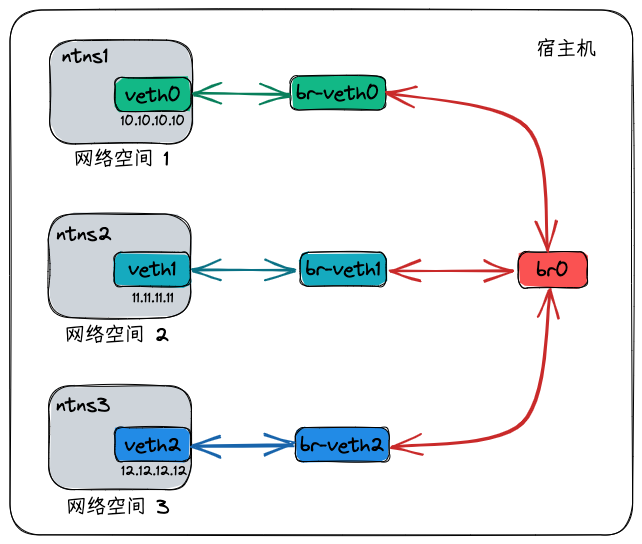
The Excalidraw diagram static/excalidraw/docker/linux_bridge.excalidraw.png in iDukeLu/iDukeLu.github.io, before a commit. Source tidied: one line per element, renumbered; positions are measured from the earlier drawing's top-left corner, leaving out a move shared by most shapes.
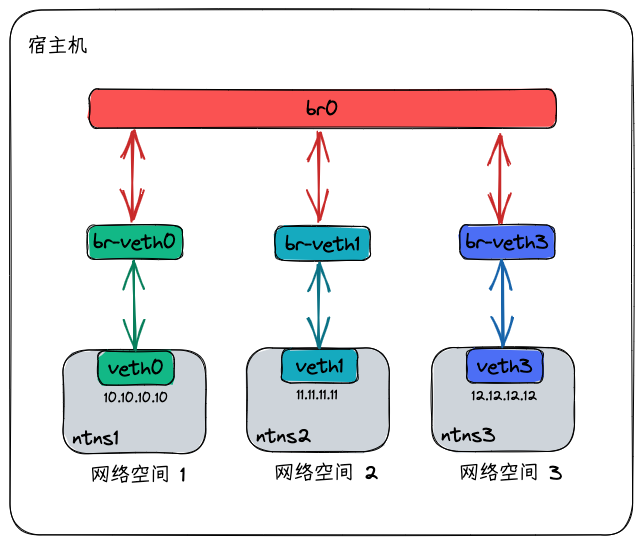
The same diagram one commit later.

The edit, as a diff of the source:
```diff
@@ -1,34 +1,34 @@
-{"id": 0, "type": "rectangle", "strokeColor": "#000000", "backgroundColor": "#ced4da", "fillStyle": "solid", "strokeWidth": 1, "roughness": 1, "round": true, "x": 40, "y": 30, "width": 143, "height": 104}
+{"id": 0, "type": "rectangle", "strokeColor": "#000000", "backgroundColor": "#ced4da", "fillStyle": "solid", "strokeWidth": 1, "roughness": 1, "round": true, "x": 53, "y": 340, "width": 143, "height": 104}
-{"id": 1, "type": "rectangle", "strokeColor": "#000000", "backgroundColor": "#12b886", "fillStyle": "solid", "strokeWidth": 1, "roughness": 1, "round": true, "x": 105, "y": 67, "width": 76, "height": 34}
+{"id": 1, "type": "rectangle", "strokeColor": "#000000", "backgroundColor": "#12b886", "fillStyle": "solid", "strokeWidth": 1, "roughness": 1, "round": true, "x": 88, "y": 341, "width": 76, "height": 34}
-{"id": 2, "type": "text", "text": "veth0", "strokeColor": "#000000", "strokeWidth": 1, "roughness": 1, "fontSize": 20, "fontFamily": 1, "textAlign": "center", "verticalAlign": "middle", "inside": 1, "x": 115, "y": 72, "width": 56, "height": 24}
+{"id": 2, "type": "text", "text": "veth0", "strokeColor": "#000000", "strokeWidth": 1, "roughness": 1, "fontSize": 20, "fontFamily": 1, "textAlign": "center", "verticalAlign": "middle", "inside": 1, "x": 98, "y": 346, "width": 56, "height": 24}
-{"id": 3, "type": "text", "text": "ntns1", "strokeColor": "#000000", "strokeWidth": 1, "roughness": 1, "fontSize": 20, "fontFamily": 1, "x": 52, "y": 33, "width": 46, "height": 24}
+{"id": 3, "type": "text", "text": "ntns1", "strokeColor": "#000000", "strokeWidth": 1, "roughness": 1, "fontSize": 20, "fontFamily": 1, "x": 63, "y": 416, "width": 46, "height": 24}
-{"id": 4, "type": "text", "text": "网络空间 1", "strokeColor": "#000000", "strokeWidth": 1, "roughness": 1, "fontSize": 20, "fontFamily": 1, "x": 64, "y": 137, "width": 95, "height": 24}
+{"id": 4, "type": "text", "text": "网络空间 1", "strokeColor": "#000000", "strokeWidth": 1, "roughness": 1, "fontSize": 20, "fontFamily": 1, "x": 80, "y": 453, "width": 95, "height": 24}
-{"id": 5, "type": "rectangle", "strokeColor": "#000000", "backgroundColor": "#ced4da", "fillStyle": "solid", "strokeWidth": 1, "roughness": 1, "round": true, "x": 39, "y": 376, "width": 143, "height": 104}
-{"id": 6, "type": "rectangle", "strokeColor": "#000000", "backgroundColor": "#228be6", "fillStyle": "solid", "strokeWidth": 1, "roughness": 1, "round": true, "x": 105, "y": 417, "width": 76, "height": 34}
-{"id": 7, "type": "text", "text": "veth2", "strokeColor": "#000000", "strokeWidth": 1, "roughness": 1, "fontSize": 20, "fontFamily": 1, "textAlign": "center", "verticalAlign": "middle", "inside": 6, "x": 114, "y": 422, "width": 57, "height": 24}
-{"id": 8, "type": "text", "text": "ntns3", "strokeColor": "#000000", "strokeWidth": 1, "roughness": 1, "fontSize": 20, "fontFamily": 1, "x": 46, "y": 383, "width": 54, "height": 24}
-{"id": 9, "type": "text", "text": "网络空间 3", "strokeColor": "#000000", "strokeWidth": 1, "roughness": 1, "fontSize": 20, "fontFamily": 1, "x": 56, "y": 485, "width": 104, "height": 24}
-{"id": 10, "type": "text", "text": "宿主机", "strokeColor": "#000000", "strokeWidth": 1, "roughness": 1, "fontSize": 20, "fontFamily": 1, "x": 526, "y": 27, "width": 60, "height": 24}
+{"id": 10, "type": "text", "text": "宿主机", "strokeColor": "#000000", "strokeWidth": 1, "roughness": 1, "fontSize": 20, "fontFamily": 1, "x": 18, "y": 24, "width": 60, "height": 24}
-{"id": 11, "type": "text", "text": "10.10.10.10", "strokeColor": "#000000", "strokeWidth": 1, "roughness": 1, "fontSize": 13.82, "fontFamily": 1, "x": 111, "y": 104, "width": 64, "height": 16}
+{"id": 11, "type": "text", "text": "10.10.10.10", "strokeColor": "#000000", "strokeWidth": 1, "roughness": 1, "fontSize": 13.82, "fontFamily": 1, "x": 94, "y": 380, "width": 64, "height": 16}
-{"id": 12, "type": "text", "text": "12.12.12.12", "strokeColor": "#000000", "strokeWidth": 1, "roughness": 1, "fontSize": 13.82, "fontFamily": 1, "x": 111, "y": 453, "width": 66, "height": 16}
-{"id": 13, "type": "rectangle", "strokeColor": "#000000", "backgroundColor": "#fa5252", "fillStyle": "solid", "strokeWidth": 1, "roughness": 1, "round": true, "x": 508, "y": 242, "width": 69, "height": 36}
+{"id": 13, "type": "rectangle", "strokeColor": "#000000", "backgroundColor": "#fa5252", "fillStyle": "solid", "strokeWidth": 1, "roughness": 1, "round": true, "x": 79, "y": 79, "width": 467, "height": 39}
-{"id": 14, "type": "text", "text": "br0", "strokeColor": "#000000", "strokeWidth": 1, "roughness": 1, "fontSize": 20, "fontFamily": 1, "textAlign": "center", "verticalAlign": "middle", "inside": 13, "x": 527, "y": 248, "width": 33, "height": 24}
+{"id": 14, "type": "text", "text": "br0", "strokeColor": "#000000", "strokeWidth": 1, "roughness": 1, "fontSize": 20, "fontFamily": 1, "textAlign": "center", "verticalAlign": "middle", "inside": 13, "x": 296, "y": 87, "width": 33, "height": 24}
-{"id": 15, "type": "rectangle", "strokeColor": "#000000", "backgroundColor": "#12b886", "fillStyle": "solid", "strokeWidth": 1, "roughness": 1, "round": true, "x": 280, "y": 66, "width": 95, "height": 34}
+{"id": 15, "type": "rectangle", "strokeColor": "#000000", "backgroundColor": "#12b886", "fillStyle": "solid", "strokeWidth": 1, "roughness": 1, "round": true, "x": 77, "y": 215, "width": 95, "height": 34}
-{"id": 16, "type": "text", "text": "br-veth0", "strokeColor": "#000000", "strokeWidth": 1, "roughness": 1, "fontSize": 20, "fontFamily": 1, "textAlign": "center", "verticalAlign": "middle", "inside": 15, "x": 286, "y": 71, "width": 83, "height": 24}
+{"id": 16, "type": "text", "text": "br-veth0", "strokeColor": "#000000", "strokeWidth": 1, "roughness": 1, "fontSize": 20, "fontFamily": 1, "textAlign": "center", "verticalAlign": "middle", "inside": 15, "x": 83, "y": 220, "width": 83, "height": 24}
-{"id": 17, "type": "rectangle", "strokeColor": "#000000", "backgroundColor": "#228be6", "fillStyle": "solid", "strokeWidth": 1, "roughness": 1, "round": true, "x": 285, "y": 418, "width": 94, "height": 34}
-{"id": 18, "type": "text", "text": "br-veth2", "strokeColor": "#000000", "strokeWidth": 1, "roughness": 1, "fontSize": 20, "fontFamily": 1, "textAlign": "center", "verticalAlign": "middle", "inside": 17, "x": 290, "y": 423, "width": 84, "height": 24}
-{"id": 19, "type": "rectangle", "strokeColor": "#000000", "backgroundColor": "#ced4da", "fillStyle": "solid", "strokeWidth": 1, "roughness": 1, "round": true, "x": 38, "y": 204, "width": 143, "height": 104}
-{"id": 20, "type": "rectangle", "strokeColor": "#000000", "backgroundColor": "#15aabf", "fillStyle": "solid", "strokeWidth": 1, "roughness": 1, "round": true, "x": 104, "y": 242, "width": 76, "height": 34}
+{"id": 27, "type": "arrow", "strokeColor": "#087f5b", "backgroundColor": "#228be6", "fillStyle": "solid", "strokeWidth": 2, "roughness": 1, "startArrowhead": "arrow", "endArrowhead": "arrow", "round": true, "from": 1, "to": 15, "x": 125, "y": 339, "width": 0, "height": 88, "points": [[0, 0], [0, -88]]}
+{"id": 33, "type": "rectangle", "strokeColor": "#000000", "strokeWidth": 1, "roughness": 1, "round": true, "x": 0, "y": 0, "width": 623, "height": 525}
+{"id": 34, "type": "rectangle", "strokeColor": "#000000", "backgroundColor": "#ced4da", "fillStyle": "solid", "strokeWidth": 1, "roughness": 1, "round": true, "x": 237, "y": 338, "width": 143, "height": 104}
+{"id": 35, "type": "rectangle", "strokeColor": "#000000", "backgroundColor": "#15aabf", "fillStyle": "solid", "strokeWidth": 1, "roughness": 1, "round": true, "x": 272, "y": 339, "width": 76, "height": 34}
-{"id": 21, "type": "text", "text": "veth1", "strokeColor": "#000000", "strokeWidth": 1, "roughness": 1, "fontSize": 20, "fontFamily": 1, "textAlign": "center", "verticalAlign": "middle", "inside": 20, "x": 118, "y": 247, "width": 48, "height": 24}
+{"id": 21, "type": "text", "text": "veth1", "strokeColor": "#000000", "strokeWidth": 1, "roughness": 1, "fontSize": 20, "fontFamily": 1, "textAlign": "center", "verticalAlign": "middle", "inside": 35, "x": 286, "y": 344, "width": 48, "height": 24}
-{"id": 22, "type": "text", "text": "ntns2", "strokeColor": "#000000", "strokeWidth": 1, "roughness": 1, "fontSize": 20, "fontFamily": 1, "x": 47, "y": 211, "width": 55, "height": 24}
+{"id": 22, "type": "text", "text": "ntns2", "strokeColor": "#000000", "strokeWidth": 1, "roughness": 1, "fontSize": 20, "fontFamily": 1, "x": 246, "y": 414, "width": 55, "height": 24}
-{"id": 23, "type": "text", "text": "网络空间 2", "strokeColor": "#000000", "strokeWidth": 1, "roughness": 1, "fontSize": 20, "fontFamily": 1, "x": 55, "y": 312, "width": 104, "height": 24}
+{"id": 23, "type": "text", "text": "网络空间 2", "strokeColor": "#000000", "strokeWidth": 1, "roughness": 1, "fontSize": 20, "fontFamily": 1, "x": 264, "y": 451, "width": 104, "height": 24}
-{"id": 24, "type": "text", "text": "11.11.11.11", "strokeColor": "#000000", "strokeWidth": 1, "roughness": 1, "fontSize": 13.82, "fontFamily": 1, "x": 122, "y": 281, "width": 41, "height": 16}
+{"id": 24, "type": "text", "text": "11.11.11.11", "strokeColor": "#000000", "strokeWidth": 1, "roughness": 1, "fontSize": 13.82, "fontFamily": 1, "x": 287, "y": 378, "width": 41, "height": 16}
-{"id": 25, "type": "rectangle", "strokeColor": "#000000", "backgroundColor": "#15aabf", "fillStyle": "solid", "strokeWidth": 1, "roughness": 1, "round": true, "x": 290, "y": 242, "width": 86, "height": 34}
+{"id": 36, "type": "rectangle", "strokeColor": "#000000", "backgroundColor": "#15aabf", "fillStyle": "solid", "strokeWidth": 1, "roughness": 1, "round": true, "x": 265, "y": 216, "width": 95, "height": 34}
-{"id": 26, "type": "text", "text": "br-veth1", "strokeColor": "#000000", "strokeWidth": 1, "roughness": 1, "fontSize": 20, "fontFamily": 1, "textAlign": "center", "verticalAlign": "middle", "inside": 25, "x": 296, "y": 247, "width": 75, "height": 24}
+{"id": 26, "type": "text", "text": "br-veth1", "strokeColor": "#000000", "strokeWidth": 1, "roughness": 1, "fontSize": 20, "fontFamily": 1, "textAlign": "center", "verticalAlign": "middle", "inside": 36, "x": 275, "y": 221, "width": 75, "height": 24}
-{"id": 27, "type": "arrow", "strokeColor": "#087f5b", "backgroundColor": "#228be6", "fillStyle": "solid", "strokeWidth": 2, "roughness": 1, "startArrowhead": "arrow", "endArrowhead": "arrow", "round": true, "from": 1, "to": 15, "x": 184, "y": 84, "width": 96, "height": 1, "points": [[0, 0], [96, 1]]}
-{"id": 28, "type": "arrow", "strokeColor": "#0b7285", "backgroundColor": "#228be6", "fillStyle": "solid", "strokeWidth": 2, "roughness": 1, "startArrowhead": "arrow", "endArrowhead": "arrow", "round": true, "from": 20, "to": 25, "x": 184, "y": 261, "width": 102, "height": 0, "points": [[0, 0], [102, 0]]}
-{"id": 29, "type": "arrow", "strokeColor": "#1864ab", "backgroundColor": "#228be6", "fillStyle": "solid", "strokeWidth": 2, "roughness": 1, "startArrowhead": "arrow", "endArrowhead": "arrow", "round": true, "from": 6, "to": 17, "x": 182, "y": 437, "width": 102, "height": 1, "points": [[0, 0], [102, -1]]}
-{"id": 30, "type": "arrow", "strokeColor": "#c92a2a", "backgroundColor": "#228be6", "fillStyle": "solid", "strokeWidth": 2, "roughness": 1, "startArrowhead": "arrow", "endArrowhead": "arrow", "round": true, "from": 15, "to": 13, "x": 378, "y": 83, "width": 161, "height": 158, "points": [[0, 0], [139, 33], [161, 158]]}
-{"id": 31, "type": "arrow", "strokeColor": "#c92a2a", "backgroundColor": "#228be6", "fillStyle": "solid", "strokeWidth": 2, "roughness": 1, "startArrowhead": "arrow", "endArrowhead": "arrow", "round": true, "from": 25, "to": 13, "x": 380, "y": 260, "width": 123, "height": 0, "points": [[0, 0], [123, 0]]}
-{"id": 32, "type": "arrow", "strokeColor": "#c92a2a", "backgroundColor": "#228be6", "fillStyle": "solid", "strokeWidth": 2, "roughness": 1, "startArrowhead": "arrow", "endArrowhead": "arrow", "round": true, "from": 17, "to": 13, "x": 381, "y": 437, "width": 159, "height": 155, "points": [[0, 0], [132, -24], [159, -155]]}
-{"id": 33, "type": "rectangle", "strokeColor": "#000000", "strokeWidth": 1, "roughness": 1, "round": true, "x": 0, "y": 0, "width": 623, "height": 525}
+{"id": 37, "type": "arrow", "strokeColor": "#0b7285", "backgroundColor": "#228be6", "fillStyle": "solid", "strokeWidth": 2, "roughness": 1, "startArrowhead": "arrow", "endArrowhead": "arrow", "round": true, "from": 35, "to": 36, "x": 309, "y": 337, "width": 1, "height": 83, "points": [[0, 0], [-1, -83]]}
+{"id": 38, "type": "rectangle", "strokeColor": "#000000", "backgroundColor": "#ced4da", "fillStyle": "solid", "strokeWidth": 1, "roughness": 1, "round": true, "x": 422, "y": 338, "width": 143, "height": 104}
+{"id": 39, "type": "rectangle", "strokeColor": "#000000", "backgroundColor": "#4c6ef5", "fillStyle": "solid", "strokeWidth": 1, "roughness": 1, "round": true, "x": 457, "y": 339, "width": 76, "height": 34}
+{"id": 40, "type": "text", "text": "veth3", "strokeColor": "#000000", "strokeWidth": 1, "roughness": 1, "fontSize": 20, "fontFamily": 1, "textAlign": "center", "verticalAlign": "middle", "inside": 39, "x": 467, "y": 344, "width": 56, "height": 24}
+{"id": 8, "type": "text", "text": "ntns3", "strokeColor": "#000000", "strokeWidth": 1, "roughness": 1, "fontSize": 20, "fontFamily": 1, "x": 431, "y": 413, "width": 54, "height": 24}
+{"id": 9, "type": "text", "text": "网络空间 3", "strokeColor": "#000000", "strokeWidth": 1, "roughness": 1, "fontSize": 20, "fontFamily": 1, "x": 449, "y": 451, "width": 104, "height": 24}
+{"id": 12, "type": "text", "text": "12.12.12.12", "strokeColor": "#000000", "strokeWidth": 1, "roughness": 1, "fontSize": 13.82, "fontFamily": 1, "x": 461, "y": 378, "width": 66, "height": 16}
+{"id": 41, "type": "rectangle", "strokeColor": "#000000", "backgroundColor": "#4c6ef5", "fillStyle": "solid", "strokeWidth": 1, "roughness": 1, "round": true, "x": 450, "y": 215, "width": 95, "height": 34}
+{"id": 42, "type": "text", "text": "br-veth3", "strokeColor": "#000000", "strokeWidth": 1, "roughness": 1, "fontSize": 20, "fontFamily": 1, "textAlign": "center", "verticalAlign": "middle", "inside": 41, "x": 456, "y": 220, "width": 83, "height": 24}
+{"id": 43, "type": "arrow", "strokeColor": "#1864ab", "backgroundColor": "#228be6", "fillStyle": "solid", "strokeWidth": 2, "roughness": 1, "startArrowhead": "arrow", "endArrowhead": "arrow", "round": true, "from": 39, "to": 41, "x": 494, "y": 336, "width": 1, "height": 84, "points": [[0, 0], [-1, -84]]}
+{"id": 44, "type": "arrow", "strokeColor": "#c92a2a", "backgroundColor": "#fa5252", "fillStyle": "hachure", "strokeWidth": 2, "roughness": 1, "startArrowhead": "arrow", "endArrowhead": "arrow", "round": true, "from": 15, "to": 13, "x": 123, "y": 211, "width": 0, "height": 88, "points": [[0, 0], [0, -88]]}
+{"id": 45, "type": "arrow", "strokeColor": "#c92a2a", "backgroundColor": "#fa5252", "fillStyle": "hachure", "strokeWidth": 2, "roughness": 1, "startArrowhead": "arrow", "endArrowhead": "arrow", "round": true, "from": 36, "to": 13, "x": 309, "y": 210, "width": 0, "height": 88, "points": [[0, 0], [0, -88]]}
+{"id": 46, "type": "arrow", "strokeColor": "#c92a2a", "backgroundColor": "#fa5252", "fillStyle": "hachure", "strokeWidth": 2, "roughness": 1, "startArrowhead": "arrow", "endArrowhead": "arrow", "round": true, "from": 41, "to": 13, "x": 490, "y": 212, "width": 0, "height": 88, "points": [[0, 0], [0, -88]]}
```
